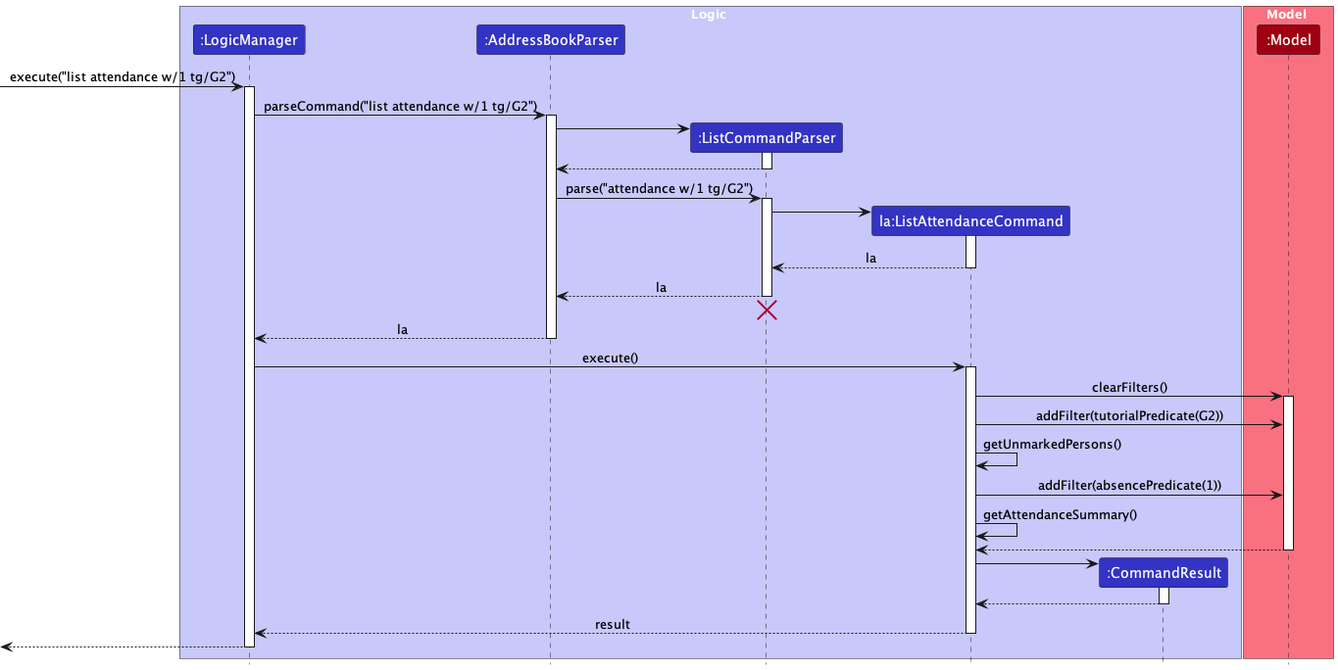
Before: docs/images/ListAttendanceSeqDiagram.png, a diagram exported from PlantUML (nus-cs2103-AY2324S1/tp).
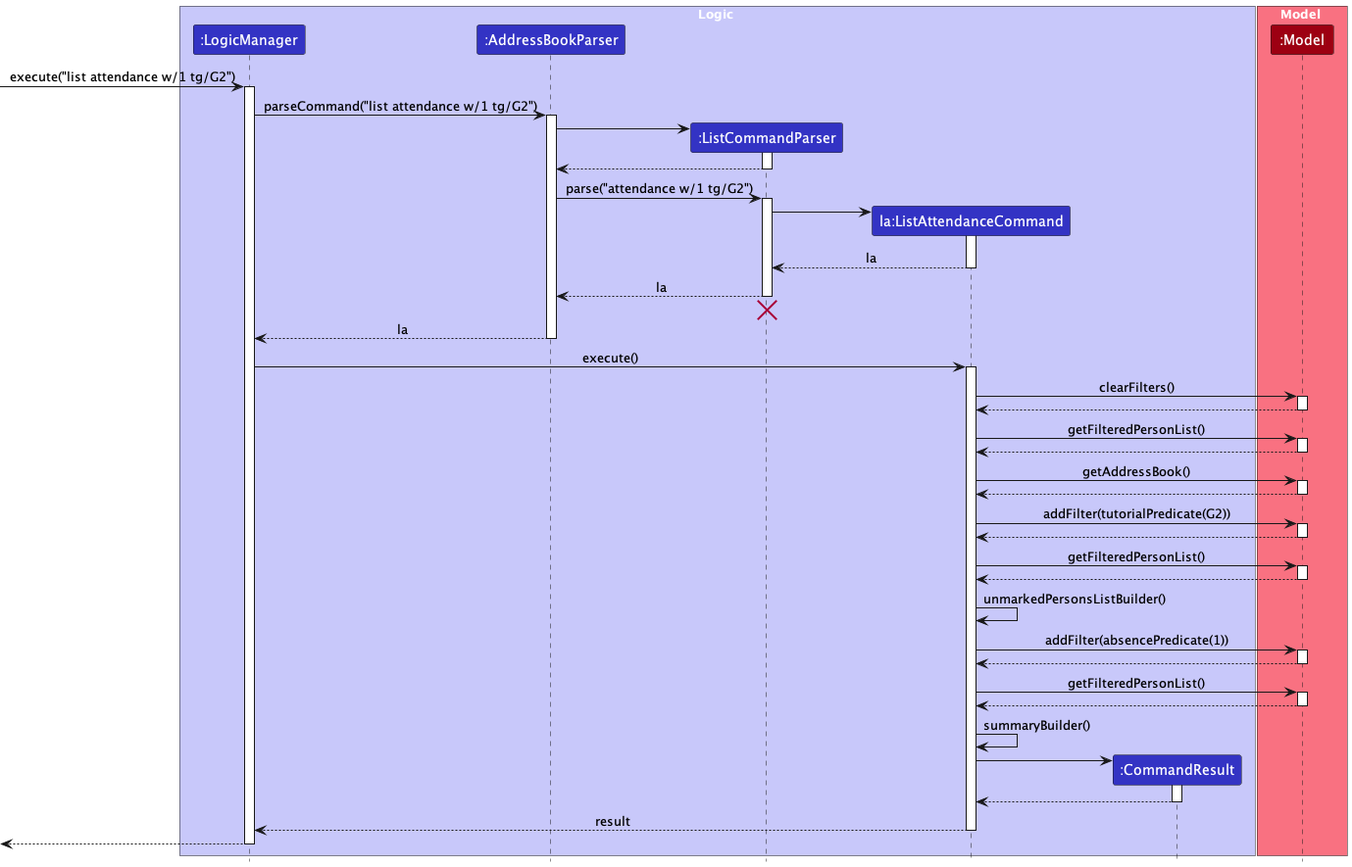
After the change.

Commit message:
Update diagrams, improve code quality

Diff of the diagram source:
```diff
@@ -50,17 +50,42 @@
 
 ListAttendanceCommand -> Model : clearFilters()
 activate Model
+Model --> ListAttendanceCommand
+deactivate Model
+
+ListAttendanceCommand -> Model : getFilteredPersonList()
+activate Model
+Model --> ListAttendanceCommand
+deactivate Model
+
+ListAttendanceCommand -> Model : getAddressBook()
+activate Model
+Model --> ListAttendanceCommand
+deactivate Model
 
 ListAttendanceCommand -> Model : addFilter(tutorialPredicate(G2))
+activate Model
+Model --> ListAttendanceCommand
+deactivate Model
 
-ListAttendanceCommand -> ListAttendanceCommand : getUnmarkedPersons()
+ListAttendanceCommand -> Model : getFilteredPersonList()
+activate Model
+Model --> ListAttendanceCommand
+deactivate Model
+
+ListAttendanceCommand -> ListAttendanceCommand : unmarkedPersonsListBuilder()
 
 ListAttendanceCommand -> Model : addFilter(absencePredicate(1))
-
-ListAttendanceCommand -> ListAttendanceCommand : getAttendanceSummary()
-
+activate Model
 Model --> ListAttendanceCommand
 deactivate Model
+
+ListAttendanceCommand -> Model : getFilteredPersonList()
+activate Model
+Model --> ListAttendanceCommand
+deactivate Model
+
+ListAttendanceCommand -> ListAttendanceCommand : summaryBuilder()
 
 create CommandResult
 ListAttendanceCommand -> CommandResult
```
